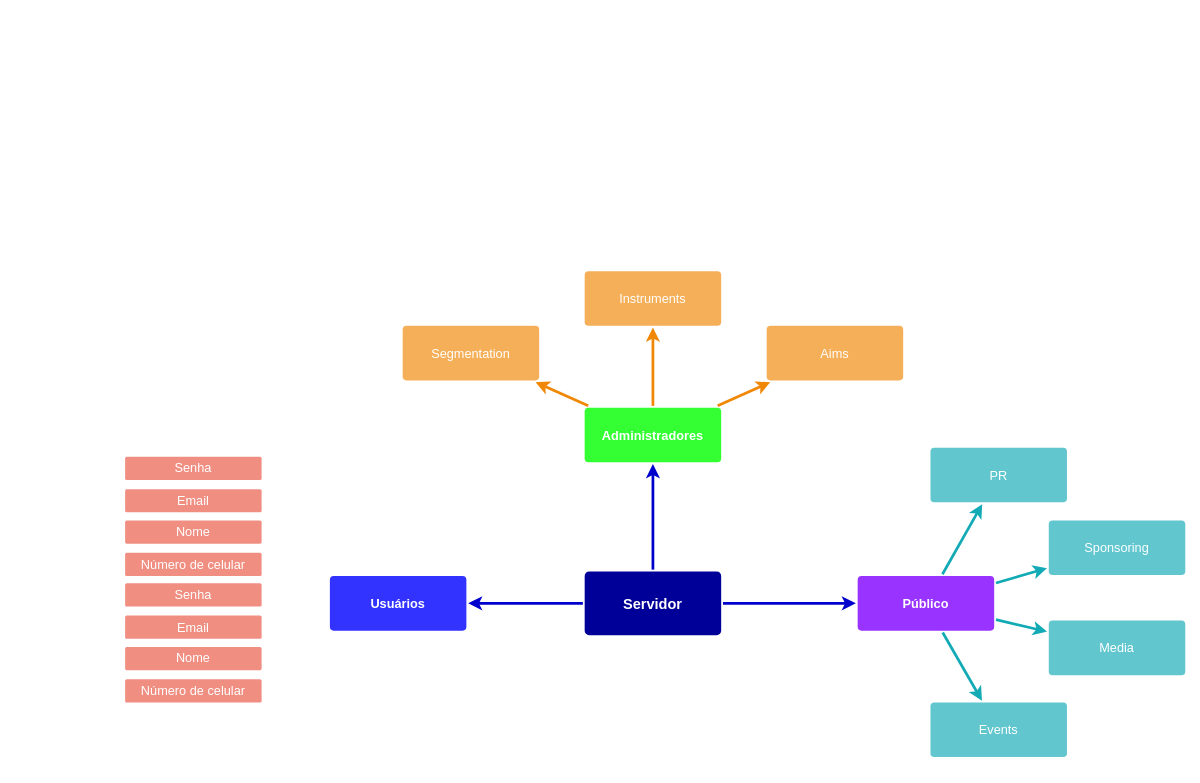
Before: Mapa Conceitual/Untitled Diagram.drawio in zululuga/Ecogamma-mapa, a draw.io diagram. Source tidied: cells renumbered, new cells numbered last; positions are measured from the earlier drawing's top-left corner, leaving out a move shared by most shapes. Both pictures are drawn from the tidied source at 91%, with x=0, y=0 at pixel (125, 270).
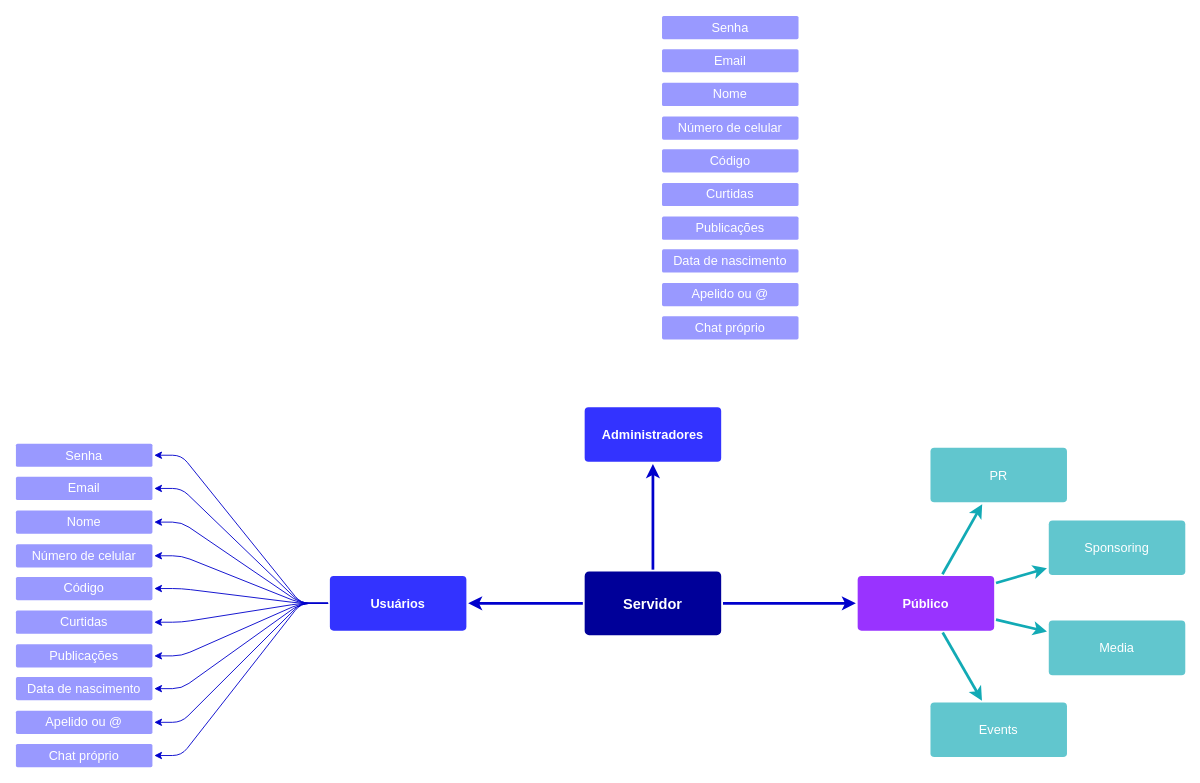
The same diagram, later.

Unchanged cells that the change refers to:
```xml
<mxCell id="5" value="Servidor" style="rounded=1;whiteSpace=wrap;html=1;shadow=0;labelBackgroundColor=none;strokeColor=none;strokeWidth=3;fillColor=#000099;fontFamily=Helvetica;fontSize=16;fontColor=#FFFFFF;align=center;fontStyle=1;spacing=5;arcSize=7;perimeterSpacing=2;" parent="1" vertex="1">
  <mxGeometry x="505" y="330.5" width="150" height="70" as="geometry" />
</mxCell>
<mxCell id="6" value="Usuários" style="rounded=1;whiteSpace=wrap;html=1;shadow=0;labelBackgroundColor=none;strokeColor=none;strokeWidth=3;fillColor=#3333FF;fontFamily=Helvetica;fontSize=14;fontColor=#FFFFFF;align=center;spacing=5;fontStyle=1;arcSize=7;perimeterSpacing=2;" parent="1" vertex="1">
  <mxGeometry x="225" y="335.5" width="150" height="60" as="geometry" />
</mxCell>
```

Diff of the diagram source:
```diff
@@
-    <mxCell id="2" style="edgeStyle=none;rounded=0;jumpStyle=none;html=1;shadow=0;labelBackgroundColor=none;startArrow=none;startFill=0;endArrow=classic;endFill=1;jettySize=auto;strokeColor=#0000CC;strokeWidth=3;fontFamily=Helvetica;fontSize=16;fontColor=#23445D;spacing=5;" parent="1" edge="1" source="5" target="8">
-      <mxGeometry relative="1" as="geometry" />
+    <mxCell id="2" style="edgeStyle=none;rounded=0;jumpStyle=none;html=1;shadow=0;labelBackgroundColor=none;startArrow=none;startFill=0;endArrow=classic;endFill=1;jettySize=auto;strokeColor=#0000CC;strokeWidth=3;fontFamily=Helvetica;fontSize=16;fontColor=#23445D;spacing=5;" parent="1" edge="1" source="5">
+      <mxGeometry relative="1" as="geometry">
+        <mxPoint x="580" y="212.5" as="targetPoint" />
+      </mxGeometry>
     </mxCell>
@@
+    <mxCell id="31" style="edgeStyle=entityRelationEdgeStyle;rounded=1;jettySize=auto;html=1;exitX=0;exitY=0.5;exitDx=0;exitDy=0;entryX=1;entryY=0.5;entryDx=0;entryDy=0;strokeColor=#0000CC;" parent="1" edge="1" source="6" target="27">
+      <mxGeometry relative="1" as="geometry" />
+    </mxCell>
+    <mxCell id="32" style="edgeStyle=entityRelationEdgeStyle;rounded=1;jettySize=auto;html=1;exitX=0;exitY=0.5;exitDx=0;exitDy=0;entryX=1;entryY=0.5;entryDx=0;entryDy=0;strokeColor=#0000CC;" parent="1" edge="1" source="6" target="28">
+      <mxGeometry relative="1" as="geometry" />
+    </mxCell>
+    <mxCell id="33" style="edgeStyle=entityRelationEdgeStyle;rounded=1;jettySize=auto;html=1;exitX=0;exitY=0.5;exitDx=0;exitDy=0;entryX=1;entryY=0.5;entryDx=0;entryDy=0;strokeColor=#0000CC;" parent="1" edge="1" source="6" target="26">
+      <mxGeometry relative="1" as="geometry" />
+    </mxCell>
+    <mxCell id="34" style="edgeStyle=entityRelationEdgeStyle;rounded=1;jettySize=auto;html=1;exitX=0;exitY=0.5;exitDx=0;exitDy=0;entryX=1;entryY=0.5;entryDx=0;entryDy=0;strokeColor=#0000CC;" parent="1" edge="1" source="6" target="29">
+      <mxGeometry relative="1" as="geometry" />
+    </mxCell>
+    <mxCell id="35" style="edgeStyle=entityRelationEdgeStyle;rounded=1;jettySize=auto;html=1;exitX=0;exitY=0.5;exitDx=0;exitDy=0;entryX=1;entryY=0.5;entryDx=0;entryDy=0;strokeColor=#0000CC;" parent="1" edge="1" source="6" target="41">
+      <mxGeometry relative="1" as="geometry" />
+    </mxCell>
+    <mxCell id="36" style="edgeStyle=entityRelationEdgeStyle;rounded=1;jettySize=auto;html=1;exitX=0;exitY=0.5;exitDx=0;exitDy=0;entryX=1;entryY=0.5;entryDx=0;entryDy=0;strokeColor=#0000CC;" parent="1" edge="1" source="6" target="42">
+      <mxGeometry relative="1" as="geometry" />
+    </mxCell>
+    <mxCell id="37" style="edgeStyle=entityRelationEdgeStyle;rounded=1;jettySize=auto;html=1;exitX=0;exitY=0.5;exitDx=0;exitDy=0;entryX=1;entryY=0.5;entryDx=0;entryDy=0;strokeColor=#0000CC;" parent="1" edge="1" source="6" target="25">
+      <mxGeometry relative="1" as="geometry" />
+    </mxCell>
+    <mxCell id="38" style="edgeStyle=entityRelationEdgeStyle;rounded=1;jettySize=auto;html=1;exitX=0;exitY=0.5;exitDx=0;exitDy=0;entryX=1;entryY=0.5;entryDx=0;entryDy=0;strokeColor=#0000CC;" parent="1" edge="1" source="6" target="43">
+      <mxGeometry relative="1" as="geometry" />
+    </mxCell>
+    <mxCell id="39" style="edgeStyle=entityRelationEdgeStyle;rounded=1;jettySize=auto;html=1;exitX=0;exitY=0.5;exitDx=0;exitDy=0;entryX=1;entryY=0.5;entryDx=0;entryDy=0;strokeColor=#0000CC;" parent="1" edge="1" source="6" target="24">
+      <mxGeometry relative="1" as="geometry" />
+    </mxCell>
+    <mxCell id="40" style="edgeStyle=entityRelationEdgeStyle;rounded=1;jettySize=auto;html=1;exitX=0;exitY=0.5;exitDx=0;exitDy=0;entryX=1;entryY=0.5;entryDx=0;entryDy=0;strokeColor=#0000CC;" parent="1" edge="1" source="6" target="7">
+      <mxGeometry relative="1" as="geometry" />
+    </mxCell>
@@
-    <mxCell id="7" value="Senha" style="rounded=1;whiteSpace=wrap;html=1;shadow=0;labelBackgroundColor=none;strokeColor=none;strokeWidth=3;fillColor=#f08e81;fontFamily=Helvetica;fontSize=14;fontColor=#FFFFFF;align=center;spacing=5;fontStyle=0;arcSize=7;perimeterSpacing=2;" parent="1" vertex="1">
-      <mxGeometry y="204.5" width="150" height="25.5" as="geometry" />
+    <mxCell id="7" value="Senha" style="rounded=1;whiteSpace=wrap;html=1;shadow=0;labelBackgroundColor=none;strokeColor=none;strokeWidth=3;fillColor=#9999FF;fontFamily=Helvetica;fontSize=14;fontColor=#FFFFFF;align=center;spacing=5;fontStyle=0;arcSize=7;perimeterSpacing=2;" parent="1" vertex="1">
+      <mxGeometry x="-120" y="190" width="150" height="25.5" as="geometry" />
     </mxCell>
-    <mxCell id="8" value="Administradores" style="rounded=1;whiteSpace=wrap;html=1;shadow=0;labelBackgroundColor=none;strokeColor=none;strokeWidth=3;fillColor=#33FF33;fontFamily=Helvetica;fontSize=14;fontColor=#FFFFFF;align=center;spacing=5;fontStyle=1;arcSize=7;perimeterSpacing=2;" parent="1" vertex="1">
-      <mxGeometry x="505" y="150.5" width="150" height="60" as="geometry" />
-    </mxCell>
-    <mxCell id="9" value="Aims&lt;br&gt;" style="rounded=1;whiteSpace=wrap;html=1;shadow=0;labelBackgroundColor=none;strokeColor=none;strokeWidth=3;fillColor=#f5af58;fontFamily=Helvetica;fontSize=14;fontColor=#FFFFFF;align=center;spacing=5;arcSize=7;perimeterSpacing=2;" parent="1" vertex="1">
-      <mxGeometry x="705" y="60.5" width="150" height="60" as="geometry" />
-    </mxCell>
-    <mxCell id="10" style="edgeStyle=none;rounded=0;jumpStyle=none;html=1;shadow=0;labelBackgroundColor=none;startArrow=none;startFill=0;endArrow=classic;endFill=1;jettySize=auto;strokeColor=#F08705;strokeWidth=3;fontFamily=Helvetica;fontSize=14;fontColor=#FFFFFF;spacing=5;" parent="1" edge="1" source="8" target="9">
-      <mxGeometry relative="1" as="geometry" />
+    <mxCell id="10" style="edgeStyle=none;rounded=0;jumpStyle=none;html=1;shadow=0;labelBackgroundColor=none;startArrow=none;startFill=0;endArrow=classic;endFill=1;jettySize=auto;orthogonalLoop=1;strokeColor=#F08705;strokeWidth=3;fontFamily=Helvetica;fontSize=14;fontColor=#FFFFFF;spacing=5;" parent="1" edge="1">
+      <mxGeometry relative="1" as="geometry">
+        <mxPoint x="651.1" y="148.5" as="sourcePoint" />
+      </mxGeometry>
     </mxCell>
-    <mxCell id="11" value="Instruments" style="rounded=1;whiteSpace=wrap;html=1;shadow=0;labelBackgroundColor=none;strokeColor=none;strokeWidth=3;fillColor=#f5af58;fontFamily=Helvetica;fontSize=14;fontColor=#FFFFFF;align=center;spacing=5;arcSize=7;perimeterSpacing=2;" parent="1" vertex="1">
-      <mxGeometry x="505" y="0.5" width="150" height="60" as="geometry" />
-    </mxCell>
-    <mxCell id="12" style="edgeStyle=none;rounded=0;jumpStyle=none;html=1;shadow=0;labelBackgroundColor=none;startArrow=none;startFill=0;endArrow=classic;endFill=1;jettySize=auto;strokeColor=#F08705;strokeWidth=3;fontFamily=Helvetica;fontSize=14;fontColor=#FFFFFF;spacing=5;" parent="1" edge="1" source="8" target="11">
-      <mxGeometry relative="1" as="geometry" />
+    <mxCell id="12" style="edgeStyle=none;rounded=0;jumpStyle=none;html=1;shadow=0;labelBackgroundColor=none;startArrow=none;startFill=0;endArrow=classic;endFill=1;jettySize=auto;orthogonalLoop=1;strokeColor=#F08705;strokeWidth=3;fontFamily=Helvetica;fontSize=14;fontColor=#FFFFFF;spacing=5;" parent="1" edge="1">
+      <mxGeometry relative="1" as="geometry">
+        <mxPoint x="580" y="148.5" as="sourcePoint" />
+      </mxGeometry>
     </mxCell>
-    <mxCell id="13" value="Segmentation" style="rounded=1;whiteSpace=wrap;html=1;shadow=0;labelBackgroundColor=none;strokeColor=none;strokeWidth=3;fillColor=#f5af58;fontFamily=Helvetica;fontSize=14;fontColor=#FFFFFF;align=center;spacing=5;arcSize=7;perimeterSpacing=2;" parent="1" vertex="1">
-      <mxGeometry x="305" y="60.5" width="150" height="60" as="geometry" />
-    </mxCell>
-    <mxCell id="14" style="edgeStyle=none;rounded=0;jumpStyle=none;html=1;shadow=0;labelBackgroundColor=none;startArrow=none;startFill=0;endArrow=classic;endFill=1;jettySize=auto;strokeColor=#F08705;strokeWidth=3;fontFamily=Helvetica;fontSize=14;fontColor=#FFFFFF;spacing=5;" parent="1" edge="1" source="8" target="13">
-      <mxGeometry relative="1" as="geometry" />
+    <mxCell id="14" style="edgeStyle=none;rounded=0;jumpStyle=none;html=1;shadow=0;labelBackgroundColor=none;startArrow=none;startFill=0;endArrow=classic;endFill=1;jettySize=auto;orthogonalLoop=1;strokeColor=#F08705;strokeWidth=3;fontFamily=Helvetica;fontSize=14;fontColor=#FFFFFF;spacing=5;" parent="1" edge="1">
+      <mxGeometry relative="1" as="geometry">
+        <mxPoint x="508.9" y="148.5" as="sourcePoint" />
+      </mxGeometry>
     </mxCell>
@@
-    <mxCell id="24" value="Email" style="rounded=1;whiteSpace=wrap;html=1;shadow=0;labelBackgroundColor=none;strokeColor=none;strokeWidth=3;fillColor=#f08e81;fontFamily=Helvetica;fontSize=14;fontColor=#FFFFFF;align=center;spacing=5;fontStyle=0;arcSize=7;perimeterSpacing=2;" parent="1" vertex="1">
-      <mxGeometry y="240" width="150" height="25.5" as="geometry" />
+    <mxCell id="24" value="Email" style="rounded=1;whiteSpace=wrap;html=1;shadow=0;labelBackgroundColor=none;strokeColor=none;strokeWidth=3;fillColor=#9999FF;fontFamily=Helvetica;fontSize=14;fontColor=#FFFFFF;align=center;spacing=5;fontStyle=0;arcSize=7;perimeterSpacing=2;" parent="1" vertex="1">
+      <mxGeometry x="-120" y="226.5" width="150" height="25.5" as="geometry" />
     </mxCell>
-    <mxCell id="25" value="Nome" style="rounded=1;whiteSpace=wrap;html=1;shadow=0;labelBackgroundColor=none;strokeColor=none;strokeWidth=3;fillColor=#f08e81;fontFamily=Helvetica;fontSize=14;fontColor=#FFFFFF;align=center;spacing=5;fontStyle=0;arcSize=7;perimeterSpacing=2;" parent="1" vertex="1">
-      <mxGeometry y="274.5" width="150" height="25.5" as="geometry" />
+    <mxCell id="25" value="Nome" style="rounded=1;whiteSpace=wrap;html=1;shadow=0;labelBackgroundColor=none;strokeColor=none;strokeWidth=3;fillColor=#9999FF;fontFamily=Helvetica;fontSize=14;fontColor=#FFFFFF;align=center;spacing=5;fontStyle=0;arcSize=7;perimeterSpacing=2;" parent="1" vertex="1">
+      <mxGeometry x="-120" y="263.5" width="150" height="25.5" as="geometry" />
     </mxCell>
-    <mxCell id="26" value="Número de celular" style="rounded=1;whiteSpace=wrap;html=1;shadow=0;labelBackgroundColor=none;strokeColor=none;strokeWidth=3;fillColor=#f08e81;fontFamily=Helvetica;fontSize=14;fontColor=#FFFFFF;align=center;spacing=5;fontStyle=0;arcSize=7;perimeterSpacing=2;" parent="1" vertex="1">
-      <mxGeometry y="310" width="150" height="25.5" as="geometry" />
+    <mxCell id="26" value="Número de celular" style="rounded=1;whiteSpace=wrap;html=1;shadow=0;labelBackgroundColor=none;strokeColor=none;strokeWidth=3;fillColor=#9999FF;fontFamily=Helvetica;fontSize=14;fontColor=#FFFFFF;align=center;spacing=5;fontStyle=0;arcSize=7;perimeterSpacing=2;" parent="1" vertex="1">
+      <mxGeometry x="-120" y="300.5" width="150" height="25.5" as="geometry" />
     </mxCell>
-    <mxCell id="27" value="Senha" style="rounded=1;whiteSpace=wrap;html=1;shadow=0;labelBackgroundColor=none;strokeColor=none;strokeWidth=3;fillColor=#f08e81;fontFamily=Helvetica;fontSize=14;fontColor=#FFFFFF;align=center;spacing=5;fontStyle=0;arcSize=7;perimeterSpacing=2;" parent="1" vertex="1">
-      <mxGeometry y="343.5" width="150" height="25.5" as="geometry" />
+    <mxCell id="27" value="Código" style="rounded=1;whiteSpace=wrap;html=1;shadow=0;labelBackgroundColor=none;strokeColor=none;strokeWidth=3;fillColor=#9999FF;fontFamily=Helvetica;fontSize=14;fontColor=#FFFFFF;align=center;spacing=5;fontStyle=0;arcSize=7;perimeterSpacing=2;" parent="1" vertex="1">
+      <mxGeometry x="-120" y="336.5" width="150" height="25.5" as="geometry" />
     </mxCell>
-    <mxCell id="28" value="Email" style="rounded=1;whiteSpace=wrap;html=1;shadow=0;labelBackgroundColor=none;strokeColor=none;strokeWidth=3;fillColor=#f08e81;fontFamily=Helvetica;fontSize=14;fontColor=#FFFFFF;align=center;spacing=5;fontStyle=0;arcSize=7;perimeterSpacing=2;" parent="1" vertex="1">
-      <mxGeometry y="379" width="150" height="25.5" as="geometry" />
+    <mxCell id="28" value="Curtidas" style="rounded=1;whiteSpace=wrap;html=1;shadow=0;labelBackgroundColor=none;strokeColor=none;strokeWidth=3;fillColor=#9999FF;fontFamily=Helvetica;fontSize=14;fontColor=#FFFFFF;align=center;spacing=5;fontStyle=0;arcSize=7;perimeterSpacing=2;" parent="1" vertex="1">
+      <mxGeometry x="-120" y="373.5" width="150" height="25.5" as="geometry" />
     </mxCell>
-    <mxCell id="29" value="Nome" style="rounded=1;whiteSpace=wrap;html=1;shadow=0;labelBackgroundColor=none;strokeColor=none;strokeWidth=3;fillColor=#f08e81;fontFamily=Helvetica;fontSize=14;fontColor=#FFFFFF;align=center;spacing=5;fontStyle=0;arcSize=7;perimeterSpacing=2;" parent="1" vertex="1">
-      <mxGeometry y="413.5" width="150" height="25.5" as="geometry" />
+    <mxCell id="29" value="Publicações" style="rounded=1;whiteSpace=wrap;html=1;shadow=0;labelBackgroundColor=none;strokeColor=none;strokeWidth=3;fillColor=#9999FF;fontFamily=Helvetica;fontSize=14;fontColor=#FFFFFF;align=center;spacing=5;fontStyle=0;arcSize=7;perimeterSpacing=2;" parent="1" vertex="1">
+      <mxGeometry x="-120" y="410.5" width="150" height="25.5" as="geometry" />
     </mxCell>
+    <mxCell id="41" value="Data de nascimento" style="rounded=1;whiteSpace=wrap;html=1;shadow=0;labelBackgroundColor=none;strokeColor=none;strokeWidth=3;fillColor=#9999FF;fontFamily=Helvetica;fontSize=14;fontColor=#FFFFFF;align=center;spacing=5;fontStyle=0;arcSize=7;perimeterSpacing=2;" parent="1" vertex="1">
+      <mxGeometry x="-120" y="446.5" width="150" height="25.5" as="geometry" />
+    </mxCell>
+    <mxCell id="42" value="Apelido ou @" style="rounded=1;whiteSpace=wrap;html=1;shadow=0;labelBackgroundColor=none;strokeColor=none;strokeWidth=3;fillColor=#9999FF;fontFamily=Helvetica;fontSize=14;fontColor=#FFFFFF;align=center;spacing=5;fontStyle=0;arcSize=7;perimeterSpacing=2;" parent="1" vertex="1">
+      <mxGeometry x="-120" y="483.5" width="150" height="25.5" as="geometry" />
+    </mxCell>
+    <mxCell id="43" value="Chat próprio" style="rounded=1;whiteSpace=wrap;html=1;shadow=0;labelBackgroundColor=none;strokeColor=none;strokeWidth=3;fillColor=#9999FF;fontFamily=Helvetica;fontSize=14;fontColor=#FFFFFF;align=center;spacing=5;fontStyle=0;arcSize=7;perimeterSpacing=2;" parent="1" vertex="1">
+      <mxGeometry x="-120" y="520" width="150" height="25.5" as="geometry" />
+    </mxCell>
+    <mxCell id="8" value="Administradores" style="rounded=1;whiteSpace=wrap;html=1;shadow=0;labelBackgroundColor=none;strokeColor=none;strokeWidth=3;fillColor=#3333FF;fontFamily=Helvetica;fontSize=14;fontColor=#FFFFFF;align=center;spacing=5;fontStyle=1;arcSize=7;perimeterSpacing=2;" parent="1" vertex="1">
+      <mxGeometry x="505" y="150" width="150" height="60" as="geometry" />
+    </mxCell>
+    <mxCell id="44" value="Senha" style="rounded=1;whiteSpace=wrap;html=1;shadow=0;labelBackgroundColor=none;strokeColor=none;strokeWidth=3;fillColor=#9999FF;fontFamily=Helvetica;fontSize=14;fontColor=#FFFFFF;align=center;spacing=5;fontStyle=0;arcSize=7;perimeterSpacing=2;" parent="1" vertex="1">
+      <mxGeometry x="590" y="-280" width="150" height="25.5" as="geometry" />
+    </mxCell>
+    <mxCell id="45" value="Email" style="rounded=1;whiteSpace=wrap;html=1;shadow=0;labelBackgroundColor=none;strokeColor=none;strokeWidth=3;fillColor=#9999FF;fontFamily=Helvetica;fontSize=14;fontColor=#FFFFFF;align=center;spacing=5;fontStyle=0;arcSize=7;perimeterSpacing=2;" parent="1" vertex="1">
+      <mxGeometry x="590" y="-243.5" width="150" height="25.5" as="geometry" />
+    </mxCell>
+    <mxCell id="46" value="Nome" style="rounded=1;whiteSpace=wrap;html=1;shadow=0;labelBackgroundColor=none;strokeColor=none;strokeWidth=3;fillColor=#9999FF;fontFamily=Helvetica;fontSize=14;fontColor=#FFFFFF;align=center;spacing=5;fontStyle=0;arcSize=7;perimeterSpacing=2;" parent="1" vertex="1">
+      <mxGeometry x="590" y="-206.5" width="150" height="25.5" as="geometry" />
+    </mxCell>
-    <mxCell id="30" value="Número de celular" style="rounded=1;whiteSpace=wrap;html=1;shadow=0;labelBackgroundColor=none;strokeColor=none;strokeWidth=3;fillColor=#f08e81;fontFamily=Helvetica;fontSize=14;fontColor=#FFFFFF;align=center;spacing=5;fontStyle=0;arcSize=7;perimeterSpacing=2;" parent="1" vertex="1">
-      <mxGeometry y="449" width="150" height="25.5" as="geometry" />
+    <mxCell id="30" value="Número de celular" style="rounded=1;whiteSpace=wrap;html=1;shadow=0;labelBackgroundColor=none;strokeColor=none;strokeWidth=3;fillColor=#9999FF;fontFamily=Helvetica;fontSize=14;fontColor=#FFFFFF;align=center;spacing=5;fontStyle=0;arcSize=7;perimeterSpacing=2;" parent="1" vertex="1">
+      <mxGeometry x="590" y="-169.5" width="150" height="25.5" as="geometry" />
     </mxCell>
+    <mxCell id="47" value="Código" style="rounded=1;whiteSpace=wrap;html=1;shadow=0;labelBackgroundColor=none;strokeColor=none;strokeWidth=3;fillColor=#9999FF;fontFamily=Helvetica;fontSize=14;fontColor=#FFFFFF;align=center;spacing=5;fontStyle=0;arcSize=7;perimeterSpacing=2;" parent="1" vertex="1">
+      <mxGeometry x="590" y="-133.5" width="150" height="25.5" as="geometry" />
+    </mxCell>
+    <mxCell id="48" value="Curtidas" style="rounded=1;whiteSpace=wrap;html=1;shadow=0;labelBackgroundColor=none;strokeColor=none;strokeWidth=3;fillColor=#9999FF;fontFamily=Helvetica;fontSize=14;fontColor=#FFFFFF;align=center;spacing=5;fontStyle=0;arcSize=7;perimeterSpacing=2;" parent="1" vertex="1">
+      <mxGeometry x="590" y="-96.5" width="150" height="25.5" as="geometry" />
+    </mxCell>
+    <mxCell id="49" value="Publicações" style="rounded=1;whiteSpace=wrap;html=1;shadow=0;labelBackgroundColor=none;strokeColor=none;strokeWidth=3;fillColor=#9999FF;fontFamily=Helvetica;fontSize=14;fontColor=#FFFFFF;align=center;spacing=5;fontStyle=0;arcSize=7;perimeterSpacing=2;" parent="1" vertex="1">
+      <mxGeometry x="590" y="-59.5" width="150" height="25.5" as="geometry" />
+    </mxCell>
+    <mxCell id="50" value="Data de nascimento" style="rounded=1;whiteSpace=wrap;html=1;shadow=0;labelBackgroundColor=none;strokeColor=none;strokeWidth=3;fillColor=#9999FF;fontFamily=Helvetica;fontSize=14;fontColor=#FFFFFF;align=center;spacing=5;fontStyle=0;arcSize=7;perimeterSpacing=2;" parent="1" vertex="1">
+      <mxGeometry x="590" y="-23.5" width="150" height="25.5" as="geometry" />
+    </mxCell>
+    <mxCell id="51" value="Apelido ou @" style="rounded=1;whiteSpace=wrap;html=1;shadow=0;labelBackgroundColor=none;strokeColor=none;strokeWidth=3;fillColor=#9999FF;fontFamily=Helvetica;fontSize=14;fontColor=#FFFFFF;align=center;spacing=5;fontStyle=0;arcSize=7;perimeterSpacing=2;" parent="1" vertex="1">
+      <mxGeometry x="590" y="13.5" width="150" height="25.5" as="geometry" />
+    </mxCell>
+    <mxCell id="52" value="Chat próprio" style="rounded=1;whiteSpace=wrap;html=1;shadow=0;labelBackgroundColor=none;strokeColor=none;strokeWidth=3;fillColor=#9999FF;fontFamily=Helvetica;fontSize=14;fontColor=#FFFFFF;align=center;spacing=5;fontStyle=0;arcSize=7;perimeterSpacing=2;" parent="1" vertex="1">
+      <mxGeometry x="590" y="50" width="150" height="25.5" as="geometry" />
+    </mxCell>
```
